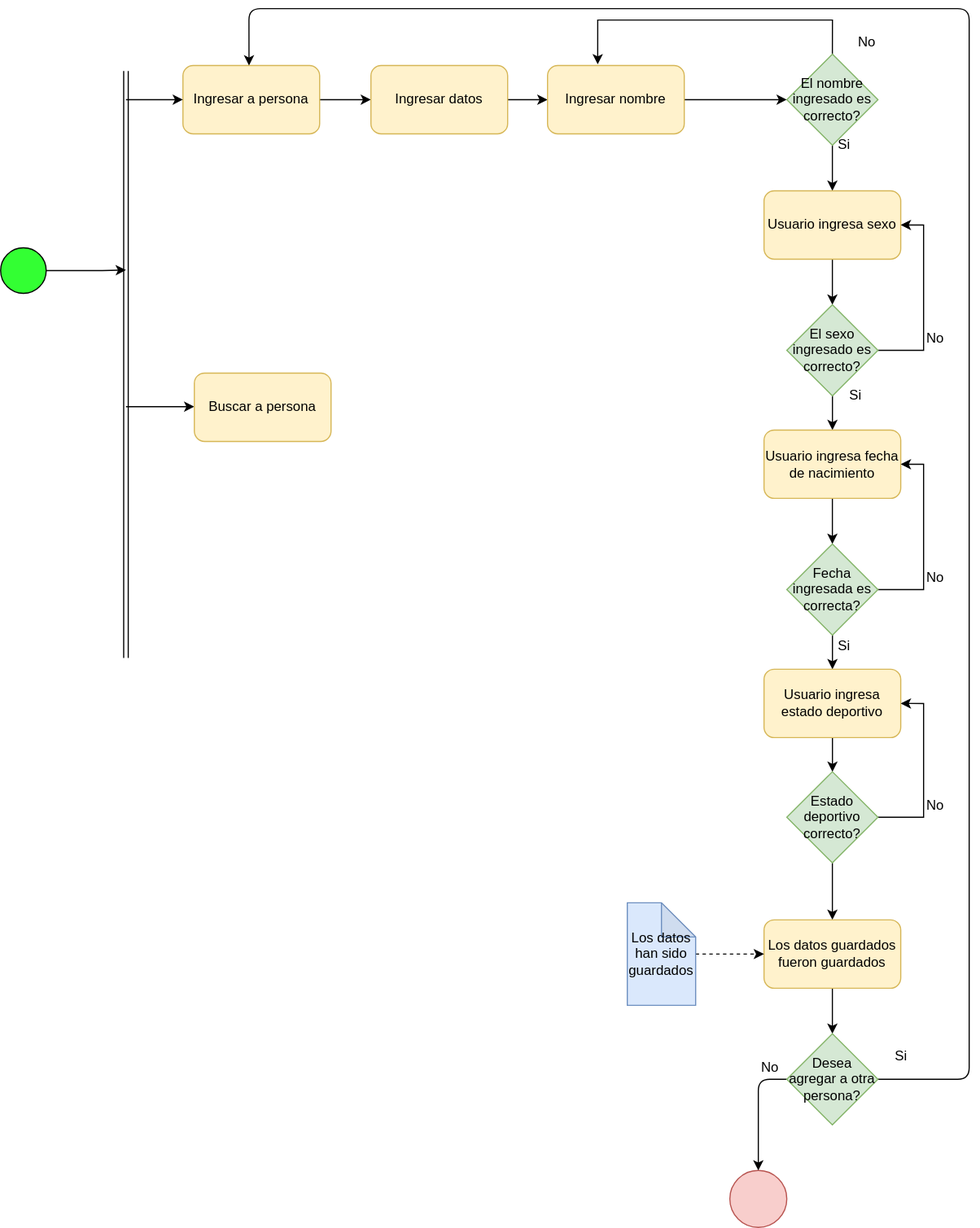
This is Diagramas/DiagActFuncionalidad.svg from MaxIbanez/Taller1P1_MI_JC, a draw.io export, as it was before one commit. Source tidied: cells renumbered, new cells last; positions are measured from the earlier drawing's top-left corner, leaving out a move shared by most shapes.
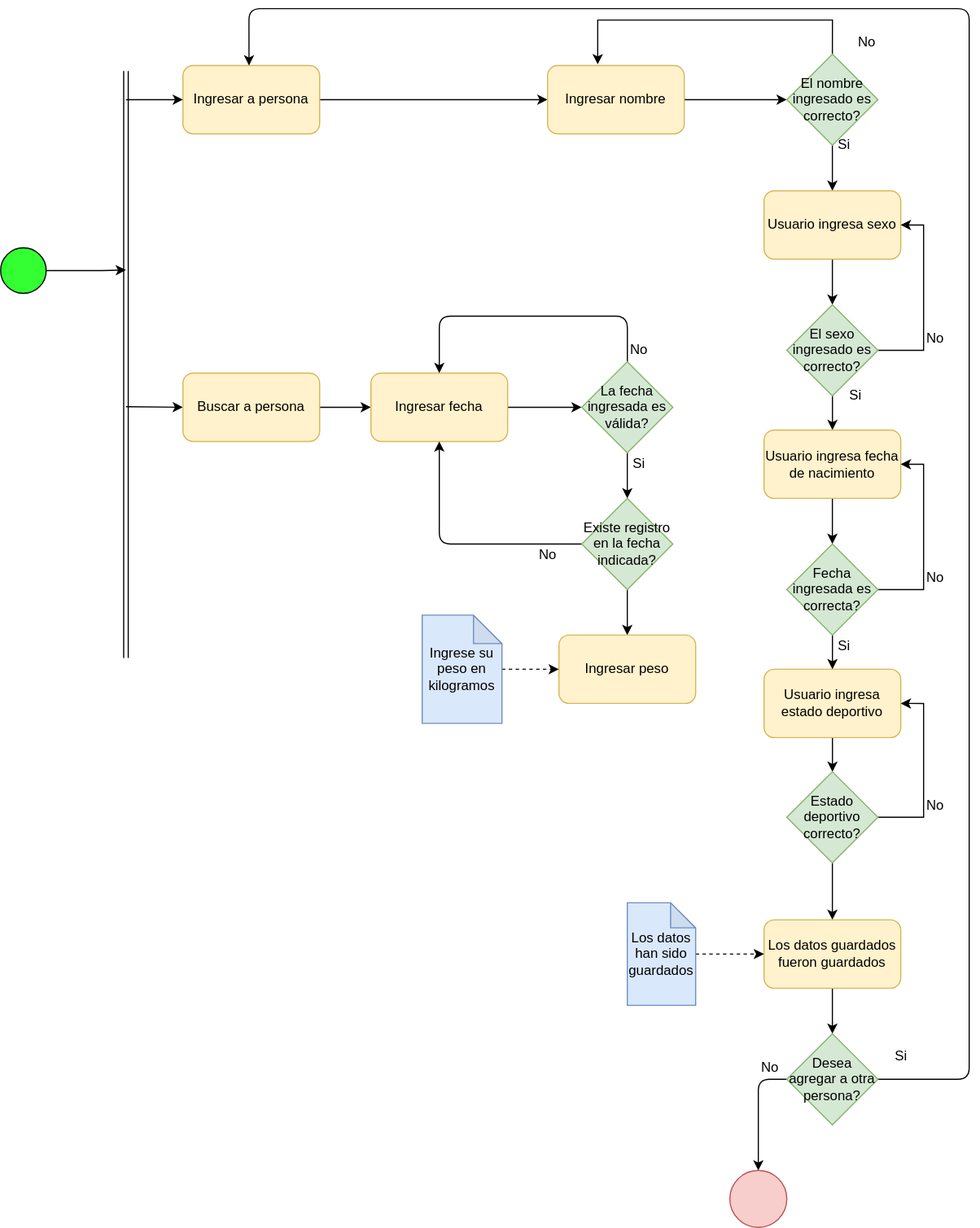
After the commit.

What changed in the source:
```diff
@@ -11,7 +11,7 @@
         <mxPoint x="110" y="570" as="targetPoint" />
       </mxGeometry>
     </mxCell>
-    <mxCell id="4" style="edgeStyle=orthogonalEdgeStyle;rounded=0;jettySize=auto;html=1;" parent="1" edge="1" source="5" target="10">
+    <mxCell id="4" style="edgeStyle=orthogonalEdgeStyle;rounded=0;jettySize=auto;html=1;entryX=0;entryY=0.5;entryDx=0;entryDy=0;" parent="1" edge="1" source="5" target="13">
       <mxGeometry relative="1" as="geometry" />
     </mxCell>
     <mxCell id="5" value="Ingresar a persona" style="rounded=1;whiteSpace=wrap;html=1;fillColor=#fff2cc;strokeColor=#d6b656;" parent="1" vertex="1">
@@ -22,21 +22,18 @@
         <mxPoint x="110" y="80" as="sourcePoint" />
       </mxGeometry>
     </mxCell>
-    <mxCell id="7" style="endArrow=classic;html=1;entryX=0;entryY=0.5;entryDx=0;entryDy=0;" parent="1" edge="1">
+    <mxCell id="7" style="endArrow=classic;html=1;" parent="1" edge="1">
       <mxGeometry relative="1" as="geometry">
         <mxPoint x="110" y="349.5" as="sourcePoint" />
-        <mxPoint x="170" y="349.5" as="targetPoint" />
+        <mxPoint x="160" y="350" as="targetPoint" />
       </mxGeometry>
     </mxCell>
+    <mxCell id="49" style="edgeStyle=orthogonalEdgeStyle;rounded=1;sketch=0;jettySize=auto;html=1;shadow=0;strokeColor=#000000;strokeWidth=1;" parent="1" edge="1" source="8" target="51">
+      <mxGeometry relative="1" as="geometry" />
+    </mxCell>
     <mxCell id="8" value="Buscar a persona" style="rounded=1;whiteSpace=wrap;html=1;fillColor=#fff2cc;strokeColor=#d6b656;" parent="1" vertex="1">
-      <mxGeometry x="170" y="320" width="120" height="60" as="geometry" />
+      <mxGeometry x="160" y="320" width="120" height="60" as="geometry" />
     </mxCell>
-    <mxCell id="9" style="edgeStyle=orthogonalEdgeStyle;rounded=0;jettySize=auto;html=1;" parent="1" edge="1" source="10" target="13">
-      <mxGeometry relative="1" as="geometry" />
-    </mxCell>
-    <mxCell id="10" value="Ingresar datos" style="rounded=1;whiteSpace=wrap;html=1;fillColor=#fff2cc;strokeColor=#d6b656;" parent="1" vertex="1">
-      <mxGeometry x="325" y="50" width="120" height="60" as="geometry" />
-    </mxCell>
     <mxCell id="11" style="endArrow=classic;html=1;entryX=0;entryY=0.5;entryDx=0;entryDy=0;exitX=1;exitY=0.5;exitDx=0;exitDy=0;" parent="1" edge="1" source="2">
       <mxGeometry relative="1" as="geometry">
         <mxPoint x="110" y="229.5" as="targetPoint" />
@@ -157,7 +154,7 @@
     <mxCell id="41" style="edgeStyle=orthogonalEdgeStyle;rounded=0;jettySize=auto;html=1;dashed=1;" parent="1" edge="1" source="42" target="40">
       <mxGeometry relative="1" as="geometry" />
     </mxCell>
-    <mxCell id="42" value="Los datos han sido guardados" style="shape=note;whiteSpace=wrap;html=1;backgroundOutline=1;darkOpacity=0.05;fillColor=#dae8fc;strokeColor=#6c8ebf;" parent="1" vertex="1">
+    <mxCell id="42" value="Los datos han sido guardados" style="shape=note;whiteSpace=wrap;html=1;backgroundOutline=1;darkOpacity=0.05;fillColor=#dae8fc;strokeColor=#6c8ebf;size=22;" parent="1" vertex="1">
       <mxGeometry x="550" y="785" width="60" height="90" as="geometry" />
     </mxCell>
     <mxCell id="43" style="ellipse;whiteSpace=wrap;html=1;fillColor=#f8cecc;strokeColor=#b85450;" parent="1" vertex="1">
@@ -185,5 +182,52 @@
     <mxCell id="48" value="Si" style="text;html=1;align=center;verticalAlign=middle;" parent="1" vertex="1">
       <mxGeometry x="775" y="910" width="30" height="20" as="geometry" />
     </mxCell>
+    <mxCell id="50" style="edgeStyle=orthogonalEdgeStyle;rounded=1;sketch=0;jettySize=auto;html=1;shadow=0;strokeColor=#000000;strokeWidth=1;" parent="1" edge="1" source="51" target="54">
+      <mxGeometry relative="1" as="geometry" />
+    </mxCell>
+    <mxCell id="51" value="Ingresar fecha" style="rounded=1;whiteSpace=wrap;html=1;fillColor=#fff2cc;strokeColor=#d6b656;" parent="1" vertex="1">
+      <mxGeometry x="325" y="320" width="120" height="60" as="geometry" />
+    </mxCell>
+    <mxCell id="52" style="edgeStyle=orthogonalEdgeStyle;rounded=1;sketch=0;jettySize=auto;html=1;entryX=0.5;entryY=0;entryDx=0;entryDy=0;shadow=0;strokeColor=#000000;strokeWidth=1;" parent="1" edge="1" source="54" target="51">
+      <mxGeometry relative="1" as="geometry">
+        <Array as="points">
+          <mxPoint x="550" y="270" />
+          <mxPoint x="385" y="270" />
+        </Array>
+      </mxGeometry>
+    </mxCell>
+    <mxCell id="53" style="edgeStyle=orthogonalEdgeStyle;rounded=1;sketch=0;jettySize=auto;html=1;shadow=0;strokeColor=#000000;strokeWidth=1;" parent="1" edge="1" source="54" target="58">
+      <mxGeometry relative="1" as="geometry" />
+    </mxCell>
+    <mxCell id="54" value="La fecha ingresada es válida?" style="rhombus;whiteSpace=wrap;html=1;fillColor=#d5e8d4;strokeColor=#82b366;" parent="1" vertex="1">
+      <mxGeometry x="510" y="310" width="80" height="80" as="geometry" />
+    </mxCell>
+    <mxCell id="55" value="No" style="text;html=1;align=center;verticalAlign=middle;" parent="1" vertex="1">
+      <mxGeometry x="545" y="290" width="30" height="20" as="geometry" />
+    </mxCell>
+    <mxCell id="56" style="edgeStyle=orthogonalEdgeStyle;rounded=1;sketch=0;jettySize=auto;html=1;entryX=0.5;entryY=1;entryDx=0;entryDy=0;shadow=0;strokeColor=#000000;strokeWidth=1;" parent="1" edge="1" source="58" target="51">
+      <mxGeometry relative="1" as="geometry" />
+    </mxCell>
+    <mxCell id="57" style="edgeStyle=orthogonalEdgeStyle;rounded=1;sketch=0;jettySize=auto;html=1;shadow=0;strokeColor=#000000;strokeWidth=1;" parent="1" edge="1" source="58" target="61">
+      <mxGeometry relative="1" as="geometry" />
+    </mxCell>
+    <mxCell id="58" value="Existe registro en la fecha indicada?" style="rhombus;whiteSpace=wrap;html=1;fillColor=#d5e8d4;strokeColor=#82b366;" parent="1" vertex="1">
+      <mxGeometry x="510" y="430" width="80" height="80" as="geometry" />
+    </mxCell>
+    <mxCell id="59" value="Si" style="text;html=1;align=center;verticalAlign=middle;" parent="1" vertex="1">
+      <mxGeometry x="545" y="390" width="30" height="20" as="geometry" />
+    </mxCell>
+    <mxCell id="60" value="No" style="text;html=1;align=center;verticalAlign=middle;" parent="1" vertex="1">
+      <mxGeometry x="465" y="470" width="30" height="20" as="geometry" />
+    </mxCell>
+    <mxCell id="61" value="Ingresar peso" style="rounded=1;whiteSpace=wrap;html=1;fillColor=#fff2cc;strokeColor=#d6b656;" parent="1" vertex="1">
+      <mxGeometry x="490" y="550" width="120" height="60" as="geometry" />
+    </mxCell>
+    <mxCell id="62" style="edgeStyle=orthogonalEdgeStyle;rounded=1;sketch=0;jettySize=auto;html=1;shadow=0;strokeColor=#000000;strokeWidth=1;dashed=1;" parent="1" edge="1" source="63" target="61">
+      <mxGeometry relative="1" as="geometry" />
+    </mxCell>
+    <mxCell id="63" value="Ingrese su peso en kilogramos" style="shape=note;whiteSpace=wrap;html=1;backgroundOutline=1;darkOpacity=0.05;fillColor=#dae8fc;strokeColor=#6c8ebf;size=25;" parent="1" vertex="1">
+      <mxGeometry x="370" y="532.5" width="70" height="95" as="geometry" />
+    </mxCell>
   </root>
 </mxGraphModel>
```
